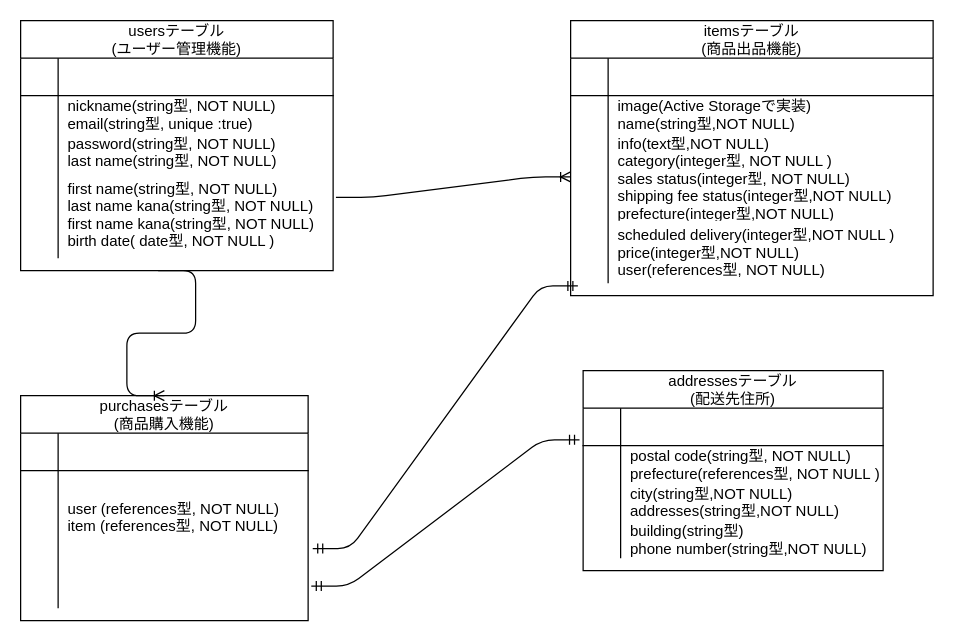
Above: page "ページ1" (1 of 2) of furima.dio in tanifujisatoshi/furima-35641 (draw.io), before the change. Source tidied: cells renumbered, new cells numbered last; positions are measured from the earlier drawing's top-left corner, leaving out a move shared by most shapes. Both pictures are drawn from the tidied source at 125%, with x=0, y=0 at pixel (20, 20).
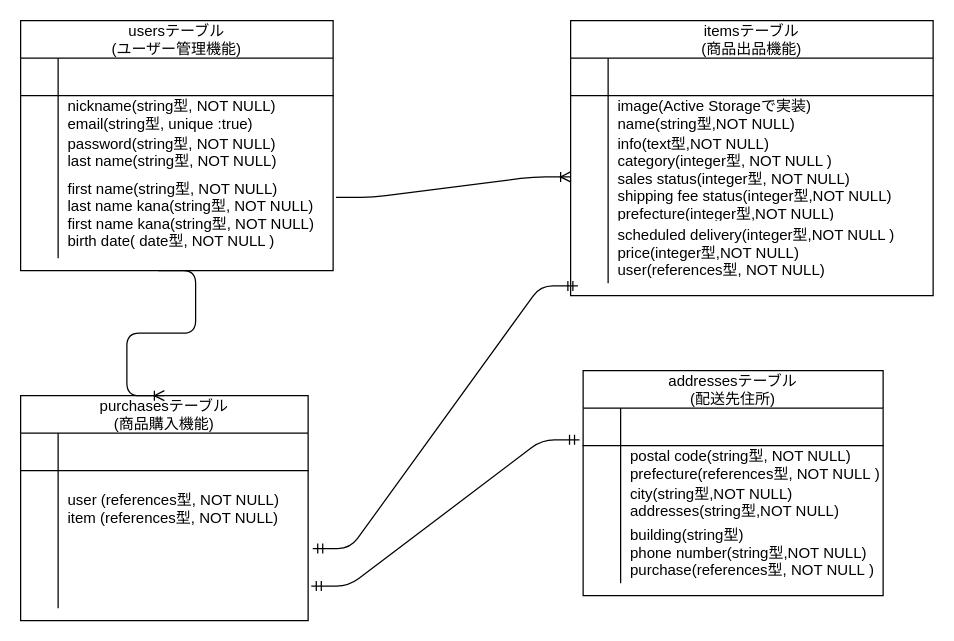
After the change.

Commit message (it also covers changes not shown here):
ER図とREADMEの修正

Unchanged cells that the change refers to:
```xml
<mxCell id="32" style="shape=partialRectangle;fillColor=none;top=0;left=0;bottom=0;right=0;" parent="28" vertex="1">
  <mxGeometry y="60" width="230" height="60" as="geometry" />
</mxCell>
```

What changed in the source:
```diff
@@
-    <mxCell id="34" value="&#10;user (references型, NOT NULL)&#10;item (references型, NOT NULL)" style="shape=partialRectangle;fillColor=none;top=0;left=0;bottom=0;right=0;align=left;spacingLeft=6;overflow=hidden;" parent="32" vertex="1">
+    <mxCell id="34" value="&#10;user (references型, NOT NULL)&#10;item (references型, NOT NULL)&#10;" style="shape=partialRectangle;fillColor=none;top=0;left=0;bottom=0;right=0;align=left;spacingLeft=6;overflow=hidden;" parent="32" vertex="1">
       <mxGeometry x="30" width="200" height="60" as="geometry" />
     </mxCell>
@@
     <mxCell id="41" value="addressesテーブル&#10;(配送先住所)" style="shape=table;startSize=30;childLayout=tableLayout;rowLines=0;fontStyle=0;align=center;" parent="1" vertex="1">
-      <mxGeometry x="450" y="280" width="240" height="160" as="geometry" />
+      <mxGeometry x="450" y="280" width="240" height="180" as="geometry" />
     </mxCell>
@@
     <mxCell id="51" style="shape=partialRectangle;fillColor=none;top=0;left=0;bottom=0;right=0;" parent="41" vertex="1">
-      <mxGeometry y="120" width="240" height="30" as="geometry" />
+      <mxGeometry y="120" width="240" height="50" as="geometry" />
     </mxCell>
     <mxCell id="52" style="shape=partialRectangle;fillColor=none;top=0;left=0;bottom=0;right=0;overflow=hidden;" parent="51" vertex="1">
-      <mxGeometry width="30" height="30" as="geometry" />
+      <mxGeometry width="30" height="50" as="geometry" />
     </mxCell>
-    <mxCell id="53" value="building(string型)&#10;phone number(string型,NOT NULL)" style="shape=partialRectangle;fillColor=none;top=0;left=0;bottom=0;right=0;align=left;spacingLeft=6;overflow=hidden;" parent="51" vertex="1">
-      <mxGeometry x="30" width="210" height="30" as="geometry" />
+    <mxCell id="53" value="building(string型)&#10;phone number(string型,NOT NULL)&#10;purchase(references型, NOT NULL )" style="shape=partialRectangle;fillColor=none;top=0;left=0;bottom=0;right=0;align=left;spacingLeft=6;overflow=hidden;" parent="51" vertex="1">
+      <mxGeometry x="30" width="210" height="50" as="geometry" />
     </mxCell>
```
